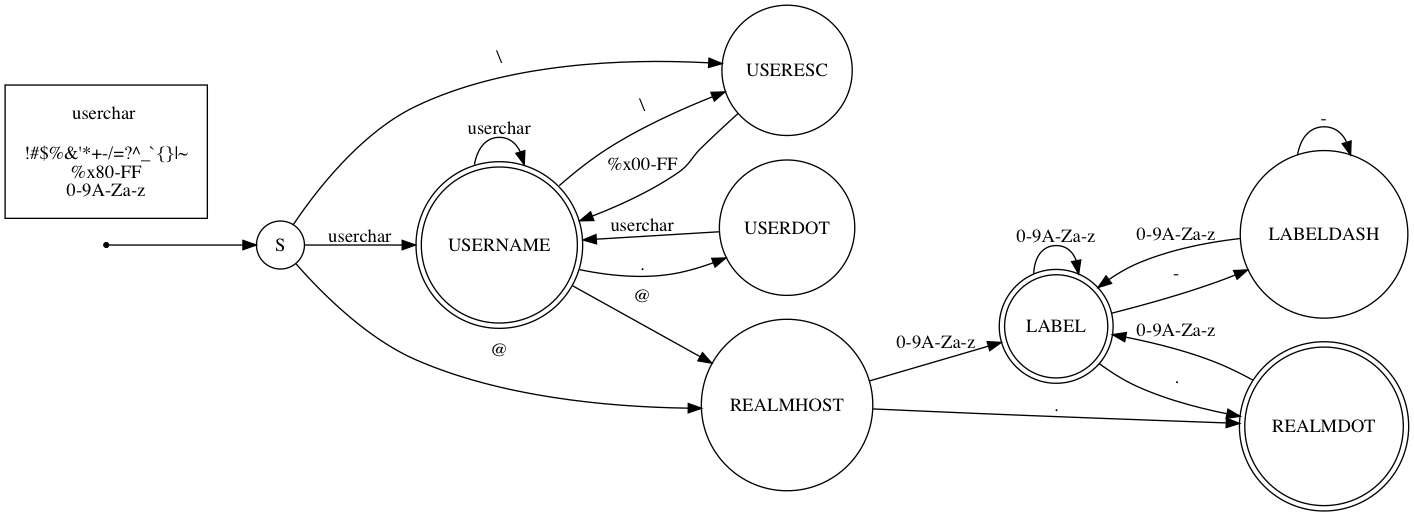
Earlier version of the Graphviz export doc/design/naiselfsm.png (arpa2/libarpa2service). Its source is kept beside it as doc/design/naiselfsm.gv. Source of this version:
```dot
digraph finite_state_machine {
	rankdir=LR
	node [shape = doublecircle];
		USERNAME;
		LABEL;
		REALMDOT;

	node [shape = point ];
		qi

	node [shape = circle];
		qi	-> S;

		/* First do realm. */
		S	-> REALMHOST [ label = "@" ];
		REALMHOST	-> LABEL [ label = "0-9A-Za-z" ];
		REALMHOST	-> REALMDOT [ label = "." ];
		REALMDOT	-> LABEL [ label = "0-9A-Za-z" ];
		LABEL	-> LABEL [ label = "0-9A-Za-z" ];
		LABEL	-> LABELDASH [ label = "-" ];
		LABELDASH	-> LABELDASH [ label = "-" ];
		LABELDASH	-> LABEL [ label = "0-9A-Za-z" ];
		LABEL	-> REALMDOT [ label = "." ];

		/* Then username. */
		S	-> USERNAME [ label = "userchar" ];
		S	-> USERESC [ label = "\\" ];
		USERNAME	-> USERNAME [ label = "userchar" ];
		USERNAME	-> USERESC [ label = "\\" ];
		USERESC	-> USERNAME [ label = "%x00-FF" ];
		USERNAME	-> USERDOT [ label = "." ];
		USERDOT	-> USERNAME [ label = "userchar" ];
		USERNAME	-> REALMHOST [ label = "@" ];

	node[ shape=box, margin="0.2,0.2" ];
		userchar[ label = "userchar \n\n!#$%&'*+-/=?^_`{}|~\n%x80-FF\n0-9A-Za-z" ];
}
```
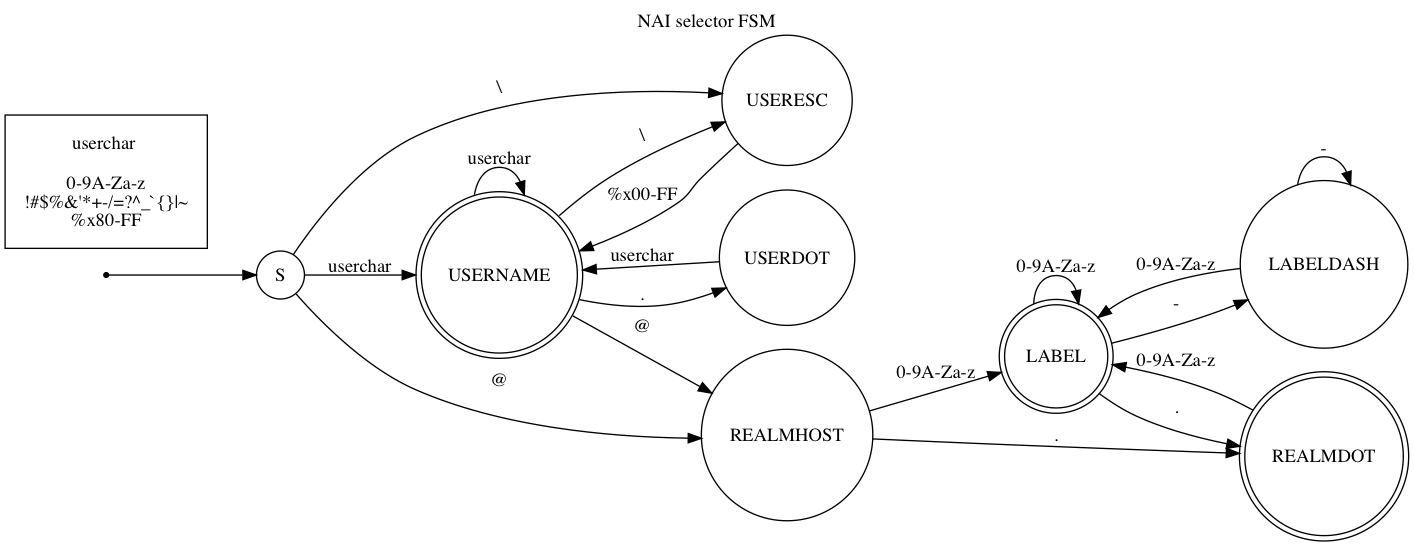
The same diagram one commit later.

Commit message:
add titles and streamline userchar ordering

What changed in the source:
```diff
@@ -33,5 +33,8 @@
 		USERNAME	-> REALMHOST [ label = "@" ];
 
 	node[ shape=box, margin="0.2,0.2" ];
-		userchar[ label = "userchar \n\n!#$%&'*+-/=?^_`{}|~\n%x80-FF\n0-9A-Za-z" ];
+		userchar[ label = "userchar \n\n0-9A-Za-z\n!#$%&'*+-/=?^_`{}|~\n%x80-FF" ];
+
+	labelloc="t";
+	label="NAI selector FSM";
 }
```
